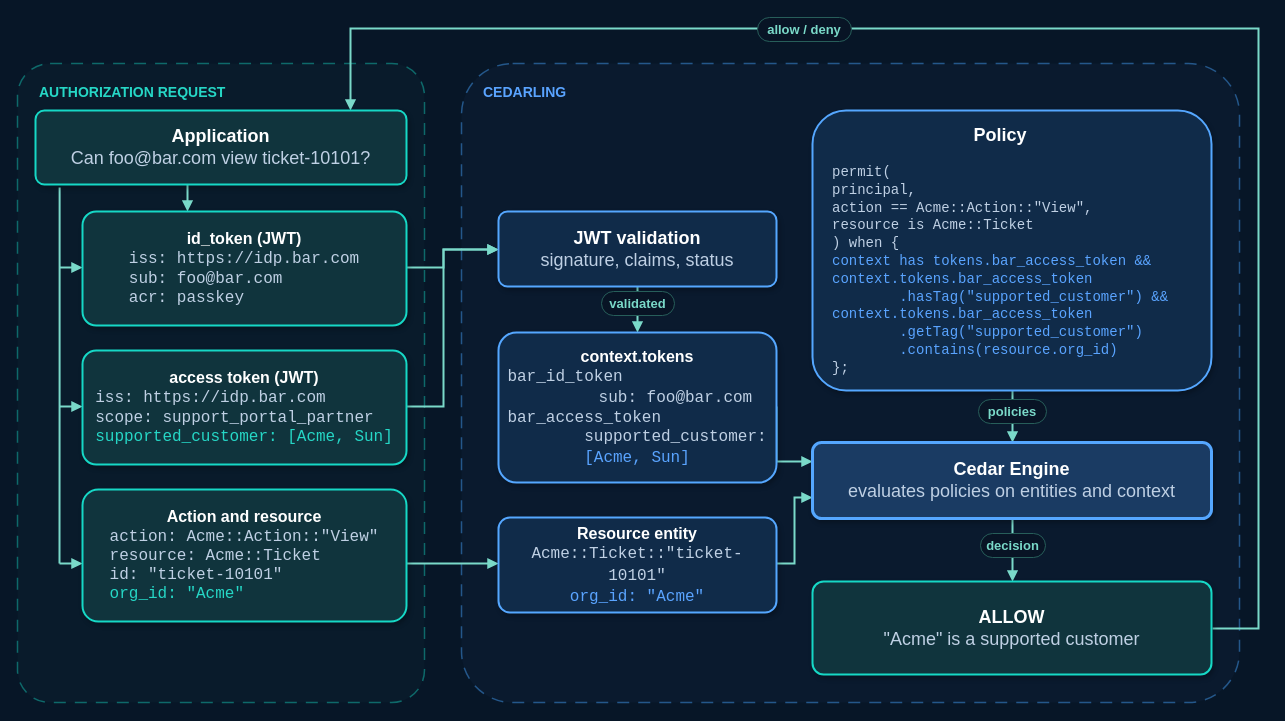
Before: docs/assets/cedarling/cedarling-authz.drawio in JanssenProject/jans, a draw.io diagram. Source tidied: cells renumbered, new cells numbered last; positions are measured from the earlier drawing's top-left corner, leaving out a move shared by most shapes. Both pictures are drawn from the tidied source at 100%, with x=0, y=0 at pixel (17, 17).
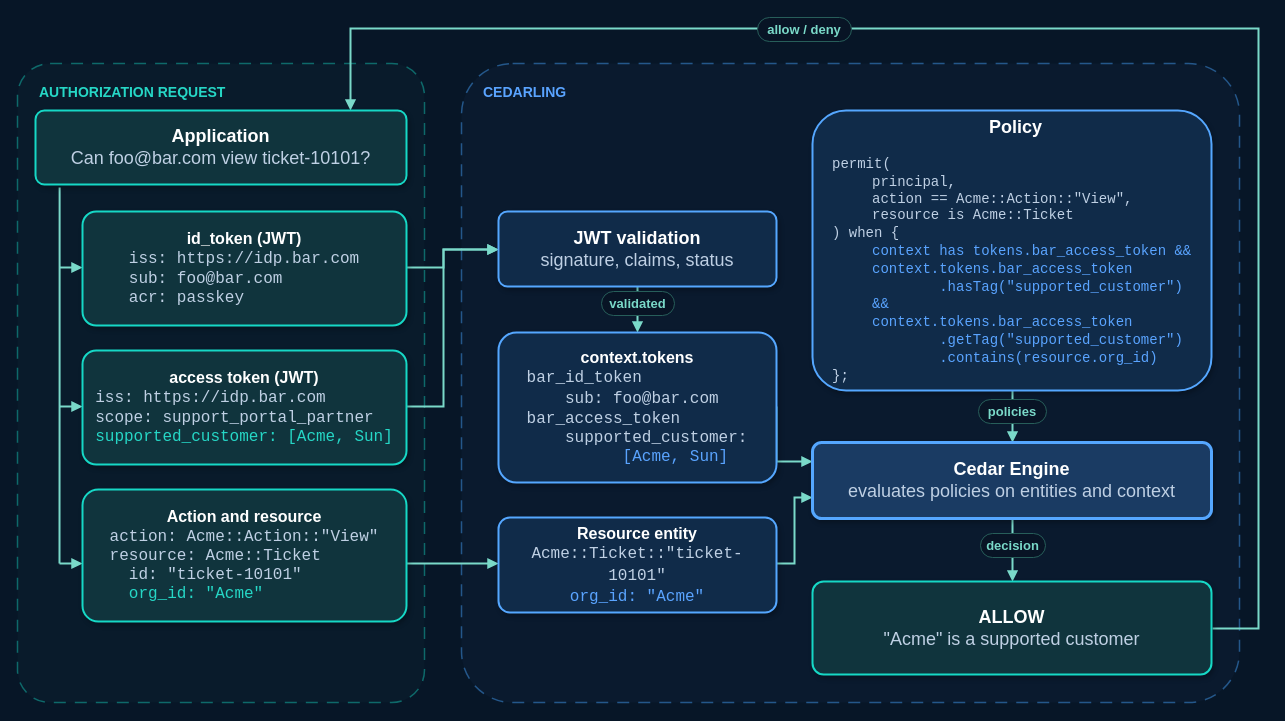
Above is the later version.

Change to the diagram source:
```diff
@@
-    <mxCell id="4" style="edgeStyle=orthogonalEdgeStyle;rounded=0;html=1;strokeColor=#7ad9c9;strokeWidth=2;endArrow=block;endFill=1;" parent="1" edge="1">
-      <mxGeometry relative="1" as="geometry">
-        <mxPoint x="170" y="167" as="sourcePoint" />
-        <mxPoint x="170" y="194" as="targetPoint" />
-      </mxGeometry>
-    </mxCell>
@@
-    <mxCell id="21" value="&lt;b&gt;Action and resource&lt;/b&gt;&lt;br&gt;&lt;div style=&quot;text-align: left;&quot;&gt;&lt;span style=&quot;color: light-dark(rgb(191, 208, 228), rgb(47, 62, 79)); font-family: monospace; background-color: transparent;&quot;&gt;action: Acme::Action::&quot;View&quot;&lt;/span&gt;&lt;/div&gt;&lt;font face=&quot;monospace&quot; color=&quot;#bfd0e4&quot;&gt;&lt;div style=&quot;text-align: left;&quot;&gt;&lt;span style=&quot;color: light-dark(rgb(191, 208, 228), rgb(47, 62, 79)); background-color: transparent;&quot;&gt;resource: Acme::Ticket&lt;/span&gt;&lt;/div&gt;&lt;div style=&quot;text-align: left;&quot;&gt;&lt;span style=&quot;color: light-dark(rgb(191, 208, 228), rgb(47, 62, 79)); background-color: transparent;&quot;&gt;id: &quot;ticket-10101&quot;&lt;/span&gt;&lt;/div&gt;  &lt;font color=&quot;#26d7c6&quot;&gt;&lt;div style=&quot;text-align: left;&quot;&gt;&lt;span style=&quot;color: light-dark(rgb(38, 215, 198), rgb(0, 119, 104)); background-color: transparent;&quot;&gt;org_id: &quot;Acme&quot;&lt;/span&gt;&lt;/div&gt;&lt;/font&gt;&lt;/font&gt;" style="rounded=1;whiteSpace=wrap;html=1;arcSize=12;fillColor=#10343d;strokeColor=#16d8c6;strokeWidth=2;fontColor=#ffffff;fontSize=16;align=center;verticalAlign=middle;spacing=8;shadow=1;" parent="1" vertex="1">
+    <mxCell id="21" value="&lt;b&gt;Action and resource&lt;/b&gt;&lt;br&gt;&lt;div style=&quot;text-align: left;&quot;&gt;&lt;span style=&quot;color: light-dark(rgb(191, 208, 228), rgb(47, 62, 79)); font-family: monospace; background-color: transparent;&quot;&gt;action: Acme::Action::&quot;View&quot;&lt;/span&gt;&lt;/div&gt;&lt;font face=&quot;monospace&quot; color=&quot;#bfd0e4&quot;&gt;&lt;div style=&quot;text-align: left;&quot;&gt;&lt;span style=&quot;color: light-dark(rgb(191, 208, 228), rgb(47, 62, 79)); background-color: transparent;&quot;&gt;resource: Acme::Ticket&lt;/span&gt;&lt;/div&gt;&lt;div style=&quot;text-align: left;&quot;&gt;&lt;span style=&quot;color: light-dark(rgb(191, 208, 228), rgb(47, 62, 79)); background-color: transparent;&quot;&gt;&amp;nbsp; id: &quot;ticket-10101&quot;&lt;/span&gt;&lt;/div&gt;  &lt;font color=&quot;#26d7c6&quot;&gt;&lt;div style=&quot;text-align: left;&quot;&gt;&lt;span style=&quot;color: light-dark(rgb(38, 215, 198), rgb(0, 119, 104)); background-color: transparent;&quot;&gt;&amp;nbsp; org_id: &quot;Acme&quot;&lt;/span&gt;&lt;/div&gt;&lt;/font&gt;&lt;/font&gt;" style="rounded=1;whiteSpace=wrap;html=1;arcSize=12;fillColor=#10343d;strokeColor=#16d8c6;strokeWidth=2;fontColor=#ffffff;fontSize=16;align=center;verticalAlign=middle;spacing=8;shadow=1;" parent="1" vertex="1">
       <mxGeometry x="65" y="472" width="324" height="132" as="geometry" />
     </mxCell>
@@
-    <mxCell id="23" value="&lt;b&gt;context.tokens&lt;/b&gt;&lt;br&gt;&lt;div style=&quot;text-align: left;&quot;&gt;&lt;span style=&quot;color: light-dark(rgb(191, 208, 228), rgb(47, 62, 79)); font-family: monospace; background-color: transparent;&quot;&gt;bar_id_token&lt;/span&gt;&lt;/div&gt;&lt;font face=&quot;monospace&quot; color=&quot;#bfd0e4&quot;&gt;  &lt;span style=&quot;white-space: pre;&quot;&gt;&#9;&lt;/span&gt;sub: foo@bar.com&lt;br&gt;&lt;div style=&quot;text-align: left;&quot;&gt;&lt;span style=&quot;color: light-dark(rgb(191, 208, 228), rgb(47, 62, 79)); background-color: transparent;&quot;&gt;bar_access_token&lt;/span&gt;&lt;/div&gt;&lt;div style=&quot;text-align: left;&quot;&gt;&lt;span style=&quot;color: light-dark(rgb(191, 208, 228), rgb(47, 62, 79)); background-color: transparent;&quot;&gt;&lt;span style=&quot;white-space: pre;&quot;&gt;&#9;&lt;/span&gt;supported_customer:&lt;/span&gt;&lt;/div&gt;    &lt;font color=&quot;#5aa4ff&quot;&gt;[Acme, Sun]&lt;/font&gt;&lt;/font&gt;" style="rounded=1;whiteSpace=wrap;html=1;arcSize=12;fillColor=#102b49;strokeColor=#55a7ff;strokeWidth=2;fontColor=#ffffff;fontSize=16;align=center;verticalAlign=middle;spacing=8;shadow=1;" parent="1" vertex="1">
+    <mxCell id="23" value="&lt;b&gt;context.tokens&lt;/b&gt;&lt;br&gt;&lt;div style=&quot;text-align: left;&quot;&gt;&lt;span style=&quot;color: light-dark(rgb(191, 208, 228), rgb(47, 62, 79)); font-family: monospace; background-color: transparent;&quot;&gt;bar_id_token&lt;/span&gt;&lt;/div&gt;&lt;font face=&quot;monospace&quot; color=&quot;#bfd0e4&quot;&gt;&amp;nbsp;sub: foo@bar.com&lt;br&gt;&lt;div style=&quot;text-align: left;&quot;&gt;&lt;span style=&quot;color: light-dark(rgb(191, 208, 228), rgb(47, 62, 79)); background-color: transparent;&quot;&gt;bar_access_token&lt;/span&gt;&lt;/div&gt;&lt;div style=&quot;&quot;&gt;&lt;span style=&quot;color: light-dark(rgb(191, 208, 228), rgb(47, 62, 79)); background-color: transparent;&quot;&gt;&amp;nbsp; &amp;nbsp; supported_customer:&lt;/span&gt;&lt;/div&gt;    &lt;font color=&quot;#5aa4ff&quot;&gt;&lt;div style=&quot;&quot;&gt;&lt;span style=&quot;color: light-dark(rgb(90, 164, 255), rgb(48, 112, 190)); background-color: transparent;&quot;&gt;&lt;span style=&quot;white-space: pre;&quot;&gt;&#9;&lt;/span&gt;[Acme, Sun]&lt;/span&gt;&lt;/div&gt;&lt;/font&gt;&lt;/font&gt;" style="rounded=1;whiteSpace=wrap;html=1;arcSize=12;fillColor=#102b49;strokeColor=#55a7ff;strokeWidth=2;fontColor=#ffffff;fontSize=16;align=center;verticalAlign=middle;spacing=8;shadow=1;" parent="1" vertex="1">
       <mxGeometry x="481" y="315" width="278" height="150" as="geometry" />
     </mxCell>
@@
-    <mxCell id="25" value="&lt;div style=&quot;text-align: center;&quot;&gt;&lt;b style=&quot;background-color: transparent; color: light-dark(rgb(255, 255, 255), rgb(18, 18, 18));&quot;&gt;&lt;font style=&quot;font-size: 18px;&quot;&gt;Policy&lt;/font&gt;&lt;/b&gt;&lt;/div&gt;&lt;div style=&quot;text-align: center;&quot;&gt;&lt;br&gt;&lt;/div&gt;&lt;font face=&quot;monospace&quot; color=&quot;#bfd0e4&quot;&gt;permit(&lt;br&gt;  principal,&lt;br&gt;  action == Acme::Action::&quot;View&quot;,&lt;br&gt;  resource is Acme::Ticket&lt;br&gt;) when {&lt;br&gt;  &lt;font color=&quot;#5aa4ff&quot;&gt;context has tokens.bar_access_token &amp;amp;&amp;amp;&lt;br&gt;  context.tokens.bar_access_token&lt;br&gt;    &lt;span style=&quot;white-space: pre;&quot;&gt;&#9;&lt;/span&gt;.hasTag(&quot;supported_customer&quot;) &amp;amp;&amp;amp;&lt;br&gt;  context.tokens.bar_access_token&lt;br&gt;    &lt;span style=&quot;white-space: pre;&quot;&gt;&#9;&lt;/span&gt;.getTag(&quot;supported_customer&quot;)&lt;br&gt;    &lt;span style=&quot;white-space: pre;&quot;&gt;&#9;&lt;/span&gt;.contains(resource.org_id)&lt;/font&gt;&lt;br&gt;};&lt;/font&gt;" style="rounded=1;whiteSpace=wrap;html=1;arcSize=12;fillColor=#102b49;strokeColor=#55a7ff;strokeWidth=2;fontColor=#ffffff;fontSize=14;align=left;verticalAlign=middle;spacingLeft=18;spacingRight=12;spacingTop=8;spacingBottom=8;shadow=1;" parent="1" vertex="1">
+    <mxCell id="25" value="&lt;div style=&quot;text-align: center;&quot;&gt;&lt;b style=&quot;background-color: transparent; color: light-dark(rgb(255, 255, 255), rgb(18, 18, 18));&quot;&gt;&lt;font style=&quot;font-size: 18px;&quot;&gt;Policy&lt;/font&gt;&lt;/b&gt;&lt;/div&gt;&lt;div style=&quot;text-align: center;&quot;&gt;&lt;br&gt;&lt;/div&gt;&lt;font face=&quot;monospace&quot; color=&quot;#bfd0e4&quot;&gt;permit(&lt;br&gt;&lt;/font&gt;&lt;blockquote style=&quot;margin: 0 0 0 40px; border: none; padding: 0px;&quot;&gt;&lt;div style=&quot;&quot;&gt;&lt;span style=&quot;color: light-dark(rgb(191, 208, 228), rgb(47, 62, 79)); font-family: monospace; background-color: transparent;&quot;&gt;principal,&lt;/span&gt;&lt;/div&gt;&lt;font face=&quot;monospace&quot; color=&quot;#bfd0e4&quot;&gt;&lt;div style=&quot;&quot;&gt;&lt;span style=&quot;color: light-dark(rgb(191, 208, 228), rgb(47, 62, 79)); background-color: transparent;&quot;&gt;action == Acme::Action::&quot;View&quot;,&lt;/span&gt;&lt;/div&gt;&lt;/font&gt;&lt;font face=&quot;monospace&quot; color=&quot;#bfd0e4&quot;&gt;&lt;div style=&quot;&quot;&gt;&lt;span style=&quot;color: light-dark(rgb(191, 208, 228), rgb(47, 62, 79)); background-color: transparent;&quot;&gt;resource is Acme::Ticket&lt;/span&gt;&lt;/div&gt;&lt;/font&gt;&lt;/blockquote&gt;&lt;font face=&quot;monospace&quot; color=&quot;#bfd0e4&quot;&gt;) when {&lt;br&gt;  &lt;/font&gt;&lt;blockquote style=&quot;margin: 0 0 0 40px; border: none; padding: 0px;&quot;&gt;&lt;font face=&quot;monospace&quot; color=&quot;#bfd0e4&quot;&gt;&lt;font color=&quot;#5aa4ff&quot;&gt;context has tokens.bar_access_token &amp;amp;&amp;amp;&lt;br&gt;&lt;/font&gt;&lt;/font&gt;&lt;font face=&quot;monospace&quot; color=&quot;#bfd0e4&quot;&gt;&lt;font color=&quot;#5aa4ff&quot;&gt;  context.tokens.bar_access_token&lt;br&gt;&lt;/font&gt;&lt;/font&gt;&lt;font face=&quot;monospace&quot; color=&quot;#bfd0e4&quot;&gt;&lt;font color=&quot;#5aa4ff&quot;&gt;&lt;span style=&quot;white-space: pre;&quot;&gt;&#9;&lt;/span&gt;.hasTag(&quot;supported_customer&quot;) &amp;amp;&amp;amp;&lt;br&gt;&lt;/font&gt;&lt;/font&gt;&lt;font face=&quot;monospace&quot; color=&quot;#bfd0e4&quot;&gt;&lt;font color=&quot;#5aa4ff&quot;&gt;  context.tokens.bar_access_token&lt;br&gt;&lt;/font&gt;&lt;/font&gt;&lt;font face=&quot;monospace&quot; color=&quot;#bfd0e4&quot;&gt;&lt;font color=&quot;#5aa4ff&quot;&gt;&lt;span style=&quot;white-space: pre;&quot;&gt;&#9;&lt;/span&gt;.getTag(&quot;supported_customer&quot;)&lt;br&gt;&lt;/font&gt;&lt;/font&gt;&lt;font face=&quot;monospace&quot; color=&quot;#bfd0e4&quot;&gt;&lt;font color=&quot;#5aa4ff&quot;&gt;&lt;span style=&quot;white-space: pre;&quot;&gt;&#9;&lt;/span&gt;.contains(resource.org_id)&lt;/font&gt;&lt;/font&gt;&lt;/blockquote&gt;&lt;font face=&quot;monospace&quot; color=&quot;#bfd0e4&quot;&gt;};&lt;/font&gt;" style="rounded=1;whiteSpace=wrap;html=1;arcSize=12;fillColor=#102b49;strokeColor=#55a7ff;strokeWidth=2;fontColor=#ffffff;fontSize=14;align=left;verticalAlign=middle;spacingLeft=18;spacingRight=12;spacingTop=8;spacingBottom=8;shadow=1;" parent="1" vertex="1">
       <mxGeometry x="795" y="93" width="399" height="280" as="geometry" />
     </mxCell>
```
